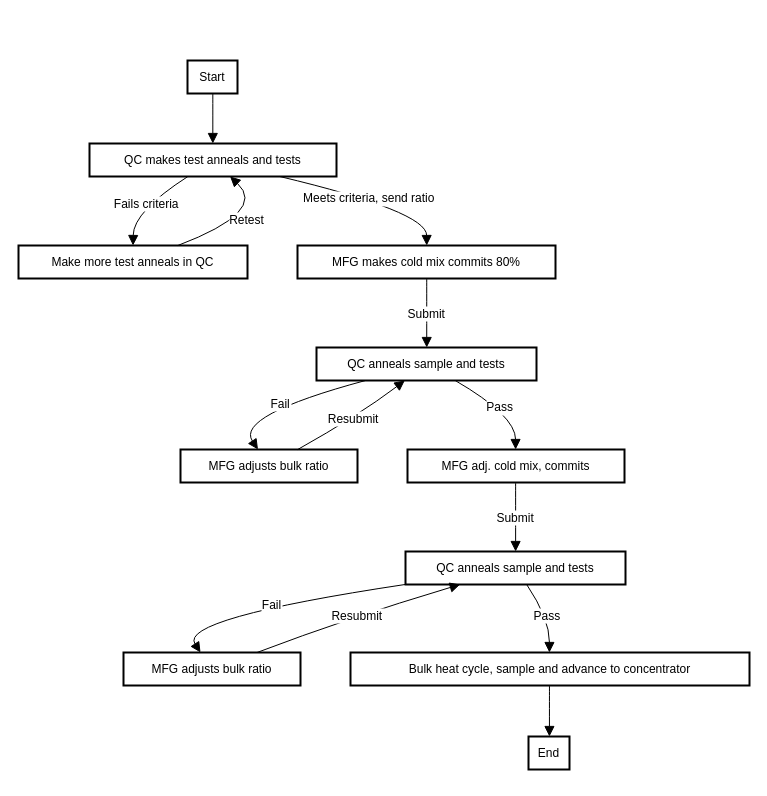
This is Flows.drawio from jeffspc88mx/MiscStuff, a draw.io file, before an edit. Source tidied: cells renumbered, new cells numbered last; positions are measured from the earlier drawing's top-left corner, leaving out a move shared by most shapes. Both pictures are drawn from the tidied source at 100%, with x=0, y=0 at pixel (18, 60).
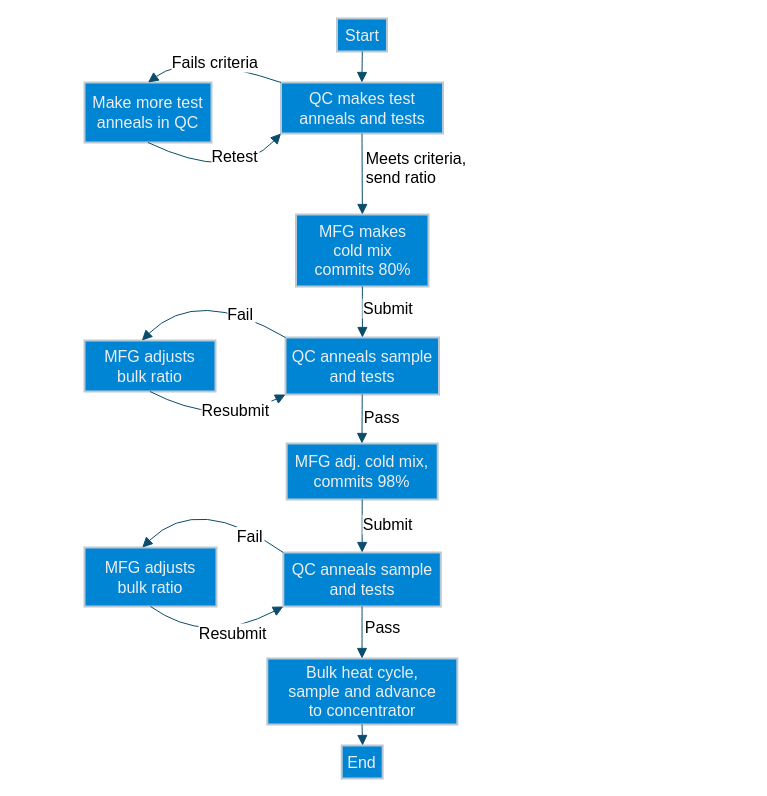
The same page after the edit.

What changed in the source:
```diff
@@
-    <mxCell id="2" value="Start" style="whiteSpace=wrap;strokeWidth=2;" parent="1" vertex="1">
-      <mxGeometry x="169" width="50" height="33" as="geometry" />
+    <mxCell id="2" value="Start" style="whiteSpace=wrap;strokeWidth=2;fontSize=16;labelBackgroundColor=none;fillColor=#0085d5;strokeColor=#BAC8D3;fontColor=#EEEEEE;" parent="1" vertex="1">
+      <mxGeometry x="318.5" y="-42" width="50" height="33" as="geometry" />
     </mxCell>
-    <mxCell id="3" value="QC makes test anneals and tests" style="whiteSpace=wrap;strokeWidth=2;" parent="1" vertex="1">
-      <mxGeometry x="71" y="83" width="247" height="33" as="geometry" />
+    <mxCell id="3" value="QC makes test &#10;anneals and tests" style="whiteSpace=wrap;strokeWidth=2;fontSize=16;labelBackgroundColor=none;fillColor=#0085d5;strokeColor=#BAC8D3;fontColor=#EEEEEE;" parent="1" vertex="1">
+      <mxGeometry x="262.5" y="22" width="162" height="51" as="geometry" />
     </mxCell>
-    <mxCell id="4" value="Make more test anneals in QC" style="whiteSpace=wrap;strokeWidth=2;" parent="1" vertex="1">
-      <mxGeometry y="185" width="229" height="33" as="geometry" />
+    <mxCell id="4" value="Make more test&#10;anneals in QC" style="whiteSpace=wrap;strokeWidth=2;fontSize=16;labelBackgroundColor=none;fillColor=#0085d5;strokeColor=#BAC8D3;fontColor=#EEEEEE;" parent="1" vertex="1">
+      <mxGeometry x="66" y="22" width="127" height="60" as="geometry" />
     </mxCell>
-    <mxCell id="5" value="MFG makes cold mix commits 80%" style="whiteSpace=wrap;strokeWidth=2;" parent="1" vertex="1">
-      <mxGeometry x="279" y="185" width="258" height="33" as="geometry" />
+    <mxCell id="5" value="MFG makes &#10;cold mix &#10;commits 80%" style="whiteSpace=wrap;strokeWidth=2;fontSize=16;labelBackgroundColor=none;fillColor=#0085d5;strokeColor=#BAC8D3;fontColor=#EEEEEE;" parent="1" vertex="1">
+      <mxGeometry x="277.5" y="154" width="132.5" height="72" as="geometry" />
     </mxCell>
-    <mxCell id="6" value="QC anneals sample and tests" style="whiteSpace=wrap;strokeWidth=2;" parent="1" vertex="1">
-      <mxGeometry x="298" y="287" width="220" height="33" as="geometry" />
+    <mxCell id="6" value="QC anneals sample&#10;and tests" style="whiteSpace=wrap;strokeWidth=2;fontSize=16;labelBackgroundColor=none;fillColor=#0085d5;strokeColor=#BAC8D3;fontColor=#EEEEEE;" parent="1" vertex="1">
+      <mxGeometry x="267" y="277" width="153.5" height="57" as="geometry" />
     </mxCell>
-    <mxCell id="7" value="MFG adjusts bulk ratio" style="whiteSpace=wrap;strokeWidth=2;" parent="1" vertex="1">
-      <mxGeometry x="162" y="389" width="177" height="33" as="geometry" />
+    <mxCell id="7" value="MFG adjusts&#10;bulk ratio" style="whiteSpace=wrap;strokeWidth=2;fontSize=16;labelBackgroundColor=none;fillColor=#0085d5;strokeColor=#BAC8D3;fontColor=#EEEEEE;" parent="1" vertex="1">
+      <mxGeometry x="66" y="280" width="131" height="51" as="geometry" />
     </mxCell>
-    <mxCell id="8" value="MFG adj. cold mix, commits" style="whiteSpace=wrap;strokeWidth=2;" parent="1" vertex="1">
-      <mxGeometry x="389" y="389" width="217" height="33" as="geometry" />
+    <mxCell id="8" value="MFG adj. cold mix,&#10;commits 98%" style="whiteSpace=wrap;strokeWidth=2;fontSize=16;labelBackgroundColor=none;fillColor=#0085d5;strokeColor=#BAC8D3;fontColor=#EEEEEE;" parent="1" vertex="1">
+      <mxGeometry x="268.2" y="383" width="151" height="56" as="geometry" />
     </mxCell>
-    <mxCell id="9" value="QC anneals sample and tests" style="whiteSpace=wrap;strokeWidth=2;" parent="1" vertex="1">
-      <mxGeometry x="387" y="491" width="220" height="33" as="geometry" />
+    <mxCell id="9" value="QC anneals sample &#10;and tests" style="whiteSpace=wrap;strokeWidth=2;fontSize=16;labelBackgroundColor=none;fillColor=#0085d5;strokeColor=#BAC8D3;fontColor=#EEEEEE;" parent="1" vertex="1">
+      <mxGeometry x="264.8" y="492" width="157.5" height="54" as="geometry" />
     </mxCell>
-    <mxCell id="10" value="MFG adjusts bulk ratio" style="whiteSpace=wrap;strokeWidth=2;" parent="1" vertex="1">
-      <mxGeometry x="105" y="592" width="177" height="33" as="geometry" />
-    </mxCell>
-    <mxCell id="11" value="Bulk heat cycle, sample and advance to concentrator" style="whiteSpace=wrap;strokeWidth=2;" parent="1" vertex="1">
-      <mxGeometry x="332" y="592" width="399" height="33" as="geometry" />
+    <mxCell id="11" value="Bulk heat cycle, &#10;sample and advance &#10;to concentrator" style="whiteSpace=wrap;strokeWidth=2;fontSize=16;labelBackgroundColor=none;fillColor=#0085d5;strokeColor=#BAC8D3;fontColor=#EEEEEE;" parent="1" vertex="1">
+      <mxGeometry x="248.8" y="598" width="190" height="66" as="geometry" />
     </mxCell>
-    <mxCell id="12" value="End" style="whiteSpace=wrap;strokeWidth=2;" parent="1" vertex="1">
-      <mxGeometry x="510" y="676" width="41" height="33" as="geometry" />
+    <mxCell id="12" value="End" style="whiteSpace=wrap;strokeWidth=2;fontSize=16;labelBackgroundColor=none;fillColor=#0085d5;strokeColor=#BAC8D3;fontColor=#EEEEEE;" parent="1" vertex="1">
+      <mxGeometry x="323.2" y="685" width="41" height="33" as="geometry" />
     </mxCell>
-    <mxCell id="13" style="curved=1;startArrow=none;endArrow=block;exitX=0.5065545272827149;exitY=1.0121212583599668;entryX=0.49930253588718926;entryY=0.012121258359966856;rounded=0;fontSize=12;startSize=8;endSize=8;" parent="1" edge="1" source="2" target="3">
+    <mxCell id="13" style="curved=1;startArrow=none;endArrow=block;exitX=0.5065545272827149;exitY=1.0121212583599668;entryX=0.49930253588718926;entryY=0.012121258359966856;rounded=0;fontSize=16;startSize=8;endSize=8;labelBackgroundColor=none;strokeColor=#0B4D6A;fontColor=default;" parent="1" edge="1" source="2" target="3">
       <mxGeometry relative="1" as="geometry" />
     </mxCell>
-    <mxCell id="14" value="Fails criteria" style="curved=1;startArrow=none;endArrow=block;exitX=0.3933293036416884;exitY=1.0242425167199336;entryX=0.5002080925687432;entryY=0.0060606869784268465;rounded=0;fontSize=12;startSize=8;endSize=8;" parent="1" edge="1" source="3" target="4">
-      <mxGeometry relative="1" as="geometry">
+    <mxCell id="14" value="Fails criteria" style="curved=1;startArrow=none;endArrow=block;exitX=0;exitY=0;entryX=0.5002080925687432;entryY=0.0060606869784268465;rounded=0;fontSize=16;startSize=8;endSize=8;exitDx=0;exitDy=0;labelBackgroundColor=default;strokeColor=#0B4D6A;fontColor=default;" parent="1" edge="1" source="3" target="4">
+      <mxGeometry x="-0.07" y="1" relative="1" as="geometry">
         <Array as="points">
-          <mxPoint x="115" y="151" />
+          <mxPoint x="172" y="-9" />
         </Array>
       </mxGeometry>
     </mxCell>
-    <mxCell id="15" value="Retest" style="curved=1;startArrow=none;endArrow=block;exitX=0.6933854893972683;exitY=0.0060606869784268465;entryX=0.5724289954381753;entryY=1.0242425167199336;rounded=0;fontSize=12;startSize=8;endSize=8;" parent="1" edge="1" source="4" target="3">
-      <mxGeometry relative="1" as="geometry">
+    <mxCell id="15" value="Retest" style="curved=1;startArrow=none;endArrow=block;entryX=0;entryY=1;rounded=0;fontSize=16;startSize=8;endSize=8;entryDx=0;entryDy=0;exitX=0.5;exitY=1;exitDx=0;exitDy=0;labelBackgroundColor=default;strokeColor=#0B4D6A;fontColor=default;" parent="1" edge="1" source="4" target="3">
+      <mxGeometry x="0.42" y="18" relative="1" as="geometry">
         <Array as="points">
-          <mxPoint x="249" y="151" />
+          <mxPoint x="215" y="123" />
         </Array>
       </mxGeometry>
     </mxCell>
-    <mxCell id="16" value="Meets criteria, send ratio" style="curved=1;startArrow=none;endArrow=block;exitX=0.7834362988911405;exitY=1.0242425167199336;entryX=0.5009023385454517;entryY=0.0060606869784268465;rounded=0;fontSize=12;startSize=8;endSize=8;" parent="1" edge="1" source="3" target="5">
-      <mxGeometry relative="1" as="geometry">
-        <Array as="points">
-          <mxPoint x="408" y="151" />
-        </Array>
-      </mxGeometry>
+    <mxCell id="16" value="Meets criteria,&#10;send ratio" style="curved=1;startArrow=none;endArrow=block;exitX=0.5;exitY=1;entryX=0.5009023385454517;entryY=0.0060606869784268465;rounded=0;fontSize=16;startSize=8;endSize=8;exitDx=0;exitDy=0;align=left;labelBackgroundColor=default;strokeColor=#0B4D6A;fontColor=default;" parent="1" edge="1" source="3" target="5">
+      <mxGeometry x="-0.16" y="2" relative="1" as="geometry" />
     </mxCell>
-    <mxCell id="17" value="Submit" style="curved=1;startArrow=none;endArrow=block;exitX=0.5009023385454517;exitY=1.0181819453383938;entryX=0.5010581970214844;entryY=1.1559688683712122e-7;rounded=0;fontSize=12;startSize=8;endSize=8;" parent="1" edge="1" source="5" target="6">
-      <mxGeometry relative="1" as="geometry" />
+    <mxCell id="17" value="Submit" style="curved=1;startArrow=none;endArrow=block;exitX=0.5009023385454517;exitY=1.0181819453383938;entryX=0.5010581970214844;entryY=1.1559688683712122e-7;rounded=0;fontSize=16;startSize=8;endSize=8;labelBackgroundColor=default;strokeColor=#0B4D6A;fontColor=default;" parent="1" edge="1" source="5" target="6">
+      <mxGeometry x="-0.18" y="26" relative="1" as="geometry" />
     </mxCell>
-    <mxCell id="18" value="Fail" style="curved=1;startArrow=none;endArrow=block;exitX=0.21614161277978677;exitY=1.0121213739568538;entryX=0.4369887867909591;entryY=-0.0060604557846531725;rounded=0;fontSize=12;startSize=8;endSize=8;" parent="1" edge="1" source="6" target="7">
-      <mxGeometry relative="1" as="geometry">
+    <mxCell id="18" value="Fail" style="curved=1;startArrow=none;endArrow=block;exitX=0;exitY=0;entryX=0.4369887867909591;entryY=-0.0060604557846531725;rounded=0;fontSize=16;startSize=8;endSize=8;exitDx=0;exitDy=0;labelBackgroundColor=default;strokeColor=#0B4D6A;fontColor=default;" parent="1" edge="1" source="6" target="7">
+      <mxGeometry x="-0.43" y="2" relative="1" as="geometry">
         <Array as="points">
-          <mxPoint x="217" y="355" />
+          <mxPoint x="179" y="225" />
         </Array>
       </mxGeometry>
     </mxCell>
-    <mxCell id="19" value="Resubmit" style="curved=1;startArrow=none;endArrow=block;exitX=0.6642979365453523;exitY=-0.0060604557846531725;entryX=0.39902215599127594;entryY=1.0121213739568538;rounded=0;fontSize=12;startSize=8;endSize=8;" parent="1" edge="1" source="7" target="6">
-      <mxGeometry relative="1" as="geometry">
+    <mxCell id="19" value="Resubmit" style="curved=1;startArrow=none;endArrow=block;entryX=0;entryY=1;rounded=0;fontSize=16;startSize=8;endSize=8;exitX=0.5;exitY=1;exitDx=0;exitDy=0;entryDx=0;entryDy=0;labelBackgroundColor=default;strokeColor=#0B4D6A;fontColor=default;" parent="1" edge="1" source="7">
+      <mxGeometry x="0.33" y="9" relative="1" as="geometry">
+        <mxPoint x="267" y="334" as="targetPoint" />
         <Array as="points">
-          <mxPoint x="340" y="355" />
+          <mxPoint x="201" y="367" />
         </Array>
       </mxGeometry>
     </mxCell>
-    <mxCell id="20" value="Pass" style="curved=1;startArrow=none;endArrow=block;exitX=0.6336055166451168;exitY=1.0121213739568538;entryX=0.4982070834955312;entryY=-0.0060604557846531725;rounded=0;fontSize=12;startSize=8;endSize=8;" parent="1" edge="1" source="6" target="8">
-      <mxGeometry relative="1" as="geometry">
-        <Array as="points">
-          <mxPoint x="497" y="355" />
-        </Array>
-      </mxGeometry>
+    <mxCell id="20" value="Pass" style="curved=1;startArrow=none;endArrow=block;exitX=0.5;exitY=1;entryX=0.4982070834955312;entryY=-0.0060604557846531725;rounded=0;fontSize=16;startSize=8;endSize=8;exitDx=0;exitDy=0;labelBackgroundColor=default;strokeColor=#0B4D6A;fontColor=default;" parent="1" edge="1" source="6" target="8">
+      <mxGeometry x="-0.11" y="20" relative="1" as="geometry" />
     </mxCell>
-    <mxCell id="21" value="Submit" style="curved=1;startArrow=none;endArrow=block;exitX=0.4982070834955312;exitY=1.0060608025753137;entryX=0.500504259629683;entryY=-0.012121027166193182;rounded=0;fontSize=12;startSize=8;endSize=8;" parent="1" edge="1" source="8" target="9">
-      <mxGeometry relative="1" as="geometry" />
+    <mxCell id="21" value="Submit" style="curved=1;startArrow=none;endArrow=block;exitX=0.5;exitY=1;entryX=0.500504259629683;entryY=-0.012121027166193182;rounded=0;fontSize=16;startSize=8;endSize=8;exitDx=0;exitDy=0;labelBackgroundColor=default;strokeColor=#0B4D6A;fontColor=default;" parent="1" edge="1" source="8" target="9">
+      <mxGeometry x="-0.1" y="26" relative="1" as="geometry" />
     </mxCell>
+    <mxCell id="24" value="Pass" style="curved=1;startArrow=none;endArrow=block;exitX=0.5;exitY=1;entryX=0.49858924679290084;entryY=0.012121431755297112;rounded=0;fontSize=16;startSize=8;endSize=8;exitDx=0;exitDy=0;labelBackgroundColor=default;strokeColor=#0B4D6A;fontColor=default;" parent="1" edge="1" source="9" target="11">
+      <mxGeometry x="-0.23" y="21" relative="1" as="geometry" />
+    </mxCell>
+    <mxCell id="25" style="curved=1;startArrow=none;endArrow=block;exitX=0.49858924679290084;exitY=1.024242690115264;entryX=0.5106612065943276;entryY=-0.0060603401877663355;rounded=0;fontSize=16;startSize=8;endSize=8;labelBackgroundColor=none;strokeColor=#0B4D6A;fontColor=default;" parent="1" edge="1" source="11" target="12">
+      <mxGeometry relative="1" as="geometry" />
+    </mxCell>
+    <mxCell id="10" value="MFG adjusts&#10;bulk ratio" style="whiteSpace=wrap;strokeWidth=2;fontSize=16;labelBackgroundColor=none;fillColor=#0085d5;strokeColor=#BAC8D3;fontColor=#EEEEEE;" parent="1" vertex="1">
+      <mxGeometry x="66" y="487" width="132" height="59" as="geometry" />
+    </mxCell>
-    <mxCell id="22" value="Fail" style="curved=1;startArrow=none;endArrow=block;exitX=0.0008735916831276633;exitY=0.997060531892523;entryX=0.4366864154587582;entryY=0.012121431755297112;rounded=0;fontSize=12;startSize=8;endSize=8;" parent="1" edge="1" source="9" target="10">
-      <mxGeometry relative="1" as="geometry">
+    <mxCell id="22" value="Fail" style="curved=1;startArrow=none;endArrow=block;exitX=0;exitY=0;entryX=0.4369887867909591;entryY=-0.0060604557846531725;rounded=0;fontSize=16;startSize=8;endSize=8;exitDx=0;exitDy=0;labelBackgroundColor=default;strokeColor=#0B4D6A;fontColor=default;" parent="1" edge="1" source="9" target="10">
+      <mxGeometry x="-0.6" y="5" relative="1" as="geometry">
         <Array as="points">
-          <mxPoint x="160" y="558" />
+          <mxPoint x="180" y="432" />
         </Array>
       </mxGeometry>
     </mxCell>
-    <mxCell id="23" value="Resubmit" style="curved=1;startArrow=none;endArrow=block;exitX=0.7482246901157935;exitY=0.012121431755297112;entryX=0.24860098852283272;entryY=1.0000002311937737;rounded=0;fontSize=12;startSize=8;endSize=8;" parent="1" edge="1" source="10" target="9">
-      <mxGeometry relative="1" as="geometry">
+    <mxCell id="23" value="Resubmit" style="curved=1;startArrow=none;endArrow=block;rounded=0;fontSize=16;startSize=8;endSize=8;exitX=0.5;exitY=1;exitDx=0;exitDy=0;entryX=0;entryY=1;entryDx=0;entryDy=0;labelBackgroundColor=default;strokeColor=#0B4D6A;fontColor=default;" parent="1" edge="1" source="10" target="9">
+      <mxGeometry x="0.29" relative="1" as="geometry">
         <Array as="points">
-          <mxPoint x="328" y="558" />
+          <mxPoint x="188" y="586" />
         </Array>
+        <mxPoint x="-1" as="offset" />
       </mxGeometry>
     </mxCell>
-    <mxCell id="24" value="Pass" style="curved=1;startArrow=none;endArrow=block;exitX=0.5509505087574359;exitY=1.0000002311937737;entryX=0.49858924679290084;entryY=0.012121431755297112;rounded=0;fontSize=12;startSize=8;endSize=8;" parent="1" edge="1" source="9" target="11">
-      <mxGeometry relative="1" as="geometry">
-        <Array as="points">
-          <mxPoint x="531" y="558" />
-        </Array>
-      </mxGeometry>
-    </mxCell>
-    <mxCell id="25" style="curved=1;startArrow=none;endArrow=block;exitX=0.49858924679290084;exitY=1.024242690115264;entryX=0.5106612065943276;entryY=-0.0060603401877663355;rounded=0;fontSize=12;startSize=8;endSize=8;" parent="1" edge="1" source="11" target="12">
-      <mxGeometry relative="1" as="geometry" />
-    </mxCell>
```
